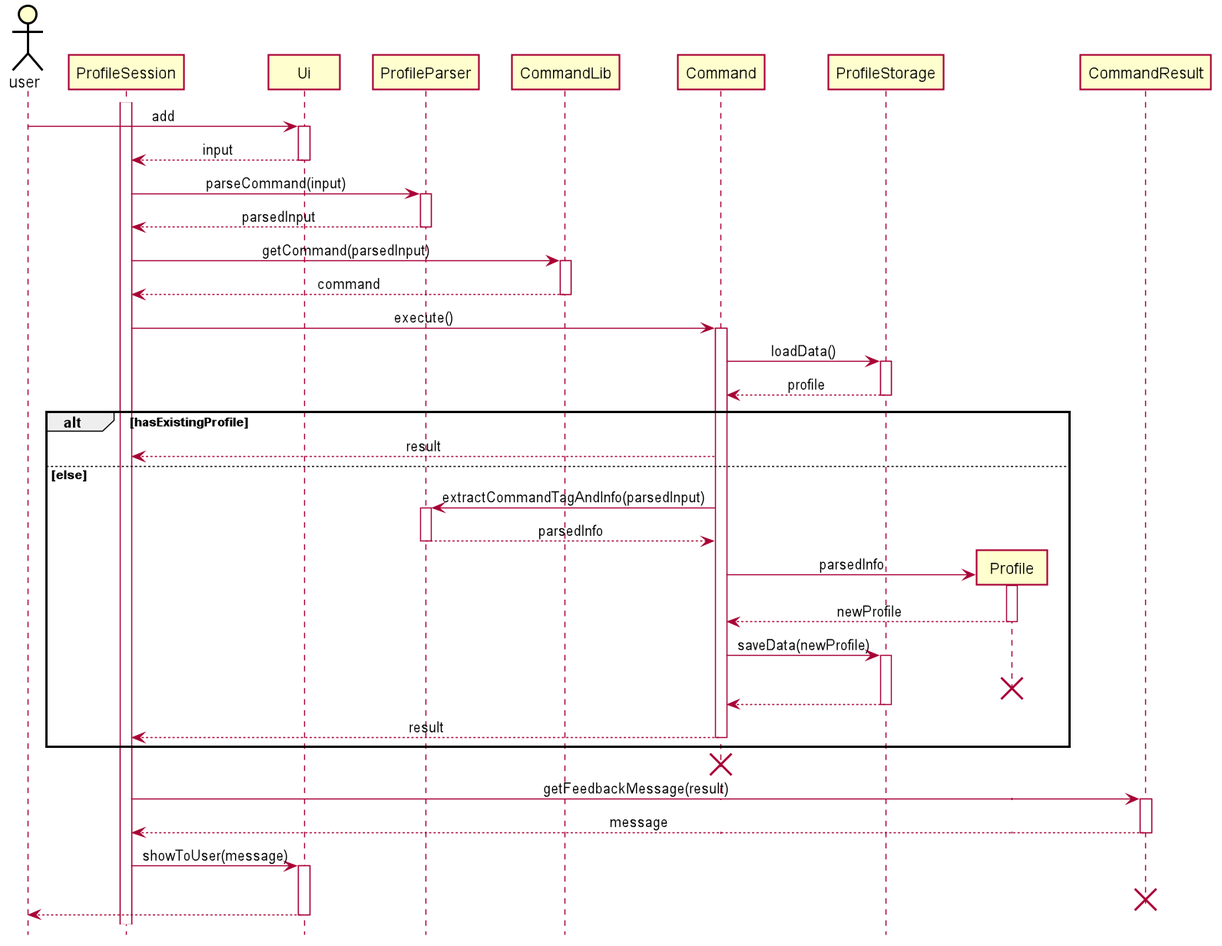
Above: docs/pictures/khoa/AddProfile.png in zsk612/tp (PlantUML), before the change.
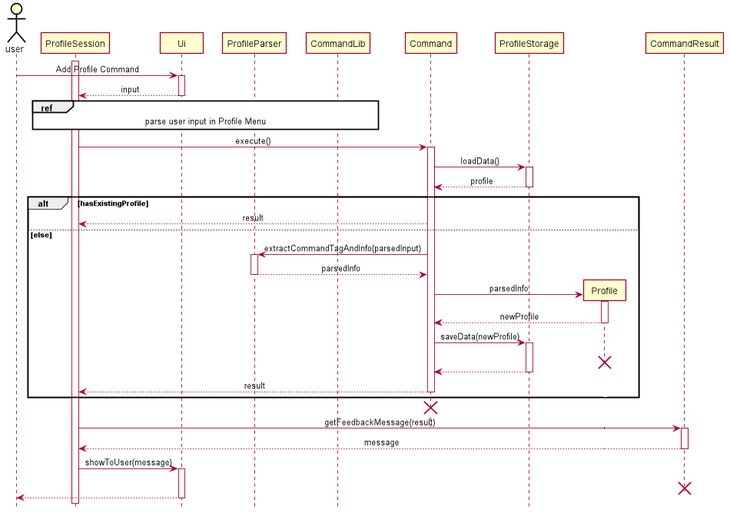
The same diagram one commit later.

Commit message:
Extract parsing input in Profile sequence diagrams

Diff of the diagram source:
```diff
@@ -43,14 +43,10 @@
 
 actor user
 activate ProfileSession
-user -> Ui++ : add
+user -> Ui++ : Add Profile Command
 Ui --> ProfileSession -- : input
 
-ProfileSession -> ProfileParser ++ : parseCommand(input)
-ProfileParser --> ProfileSession -- : parsedInput
-
-ProfileSession -> CommandLib ++ : getCommand(parsedInput)
-CommandLib --> ProfileSession -- : command
+ref over ProfileSession, ProfileParser, CommandLib: parse user input in Profile Menu
 
 ProfileSession -> Command ++ : execute()
 Command -> ProfileStorage ++ : loadData()
@@ -79,4 +75,5 @@
 destroy CommandResult
 Ui --> user
 deactivate Ui
+
 @enduml
```
